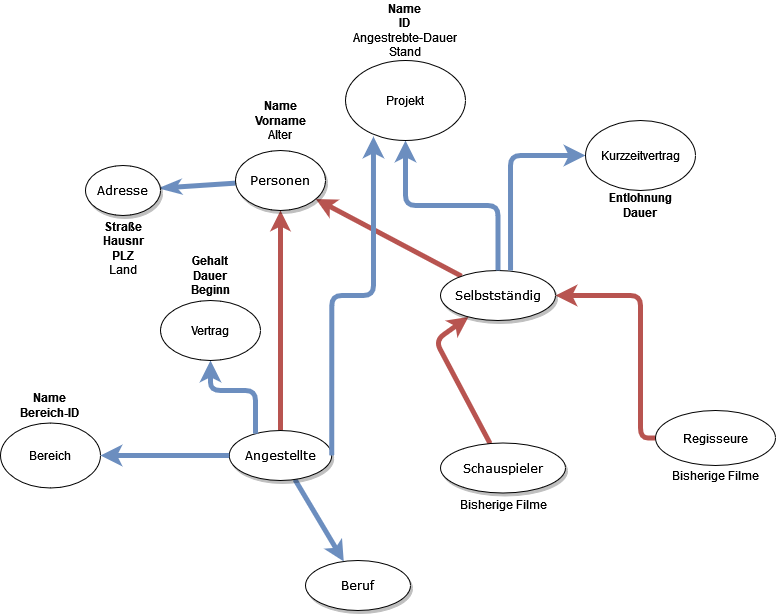
Masternuss/Datenbanken2022 keeps this draw.io diagram as Personenverwaltung.drawio.png. Above is the earlier version. Source tidied: cells renumbered, new cells last; positions are measured from the earlier drawing's top-left corner, leaving out a move shared by most shapes.
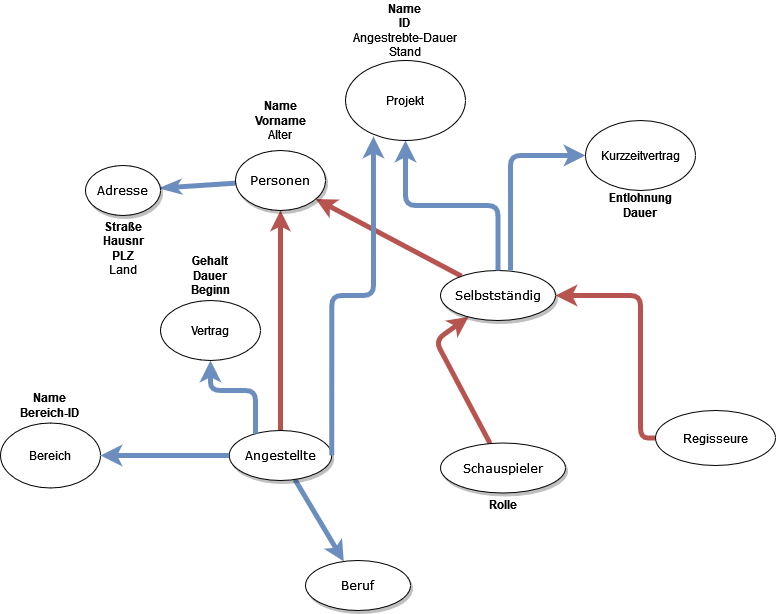
After the change.

What changed in the source:
```diff
@@ -103,11 +103,8 @@
     <mxCell id="29" value="&lt;div&gt;&lt;b&gt;Gehalt&lt;/b&gt;&lt;/div&gt;&lt;div&gt;&lt;b&gt;Dauer&lt;/b&gt;&lt;/div&gt;&lt;b&gt;Beginn&lt;/b&gt;" style="text;html=1;strokeColor=none;fillColor=none;align=center;verticalAlign=middle;whiteSpace=wrap;rounded=0;" parent="1" vertex="1">
       <mxGeometry x="180" y="250" width="60" height="50" as="geometry" />
     </mxCell>
-    <mxCell id="30" value="Bisherige Filme" style="text;html=1;strokeColor=none;fillColor=none;align=center;verticalAlign=middle;whiteSpace=wrap;rounded=0;" parent="1" vertex="1">
+    <mxCell id="30" value="&lt;div&gt;&lt;b&gt;Rolle&lt;/b&gt;&lt;br&gt;&lt;/div&gt;" style="text;html=1;strokeColor=none;fillColor=none;align=center;verticalAlign=middle;whiteSpace=wrap;rounded=0;" parent="1" vertex="1">
       <mxGeometry x="452.5" y="487.5" width="100" height="32.5" as="geometry" />
     </mxCell>
-    <mxCell id="31" value="Bisherige Filme" style="text;html=1;strokeColor=none;fillColor=none;align=center;verticalAlign=middle;whiteSpace=wrap;rounded=0;" parent="1" vertex="1">
-      <mxGeometry x="665" y="465" width="100" height="20" as="geometry" />
-    </mxCell>
   </root>
 </mxGraphModel>
```
